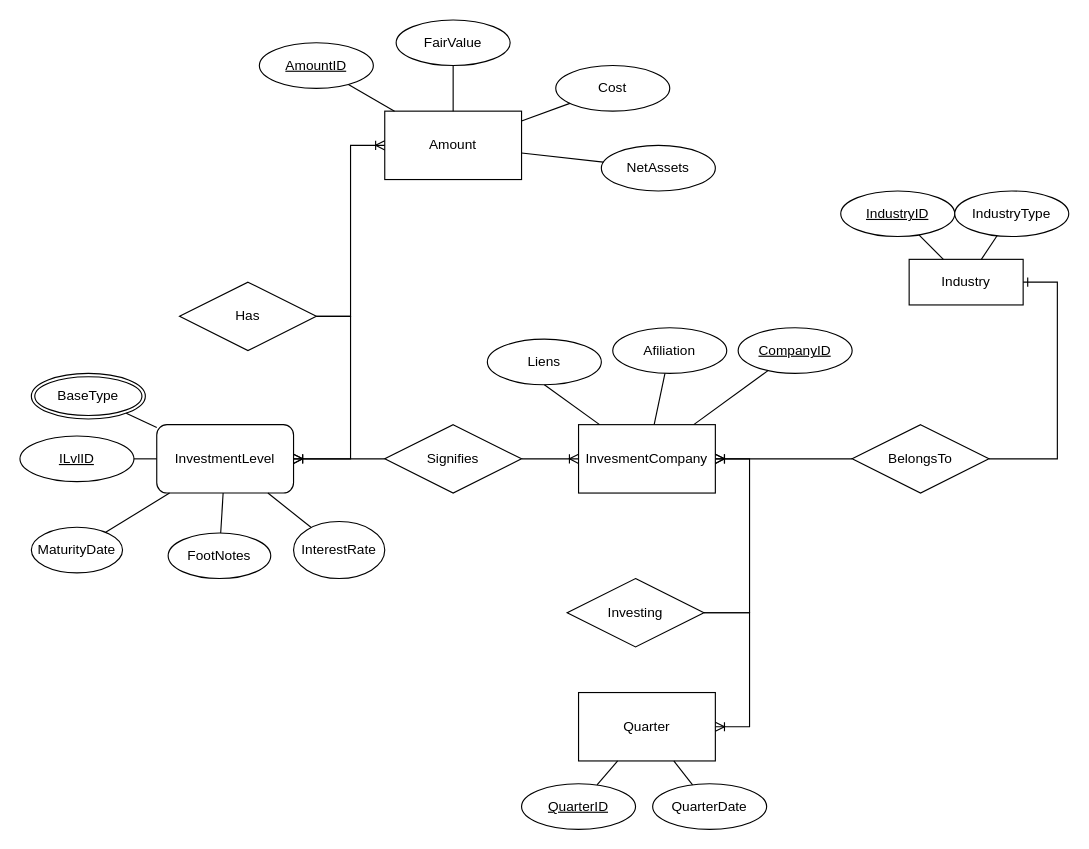
Earlier version of the draw.io diagram ERD/ERD.drawio (fuadh246/SOI-Database). Source tidied: cells renumbered, new cells numbered last; positions are measured from the earlier drawing's top-left corner, leaving out a move shared by most shapes. Both pictures are drawn from the tidied source at 114%, with x=0, y=0 at pixel (19, 19).
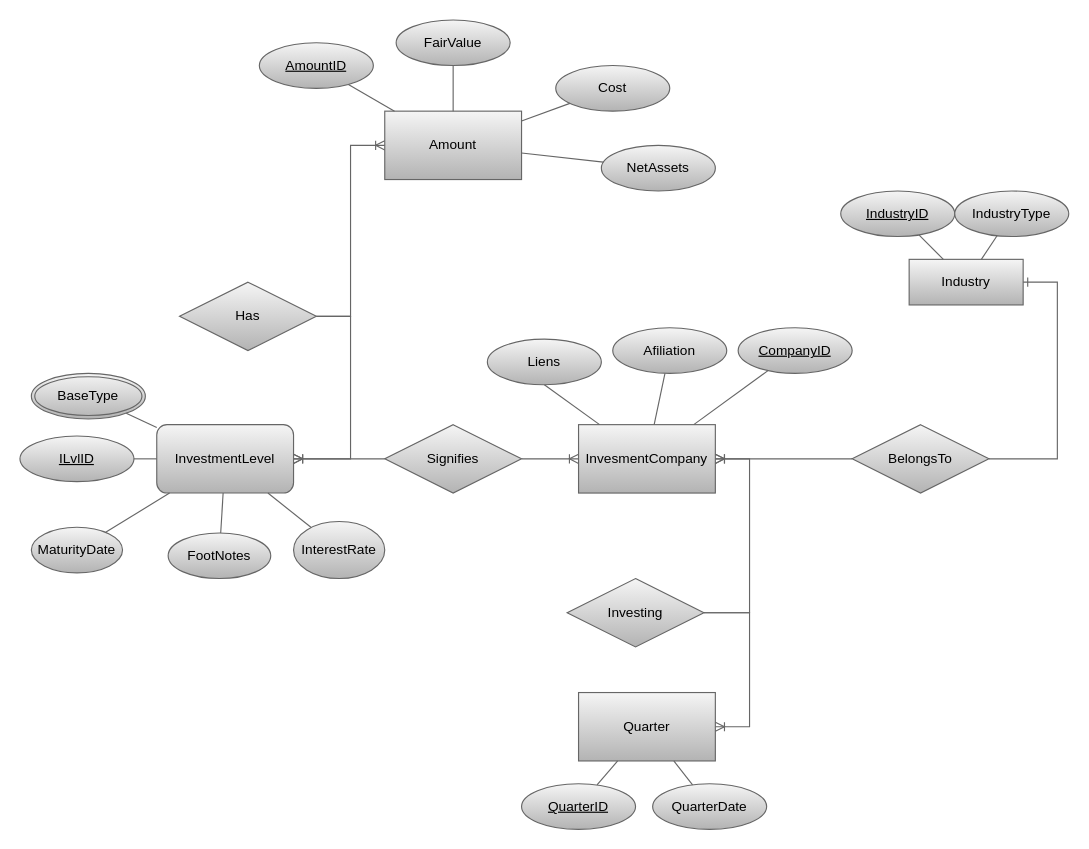
Above is the later version.

Commit message (it also covers changes not shown here):
fixed the tree, and edited the ERD

Change to the diagram source:
```diff
@@
-<mxGraphModel>
+<mxGraphModel background="#ffffff">
@@
-    <mxCell id="2" value="Amount" style="rounded=0;whiteSpace=wrap;html=1;" parent="1" vertex="1">
+    <mxCell id="2" value="Amount" style="rounded=0;whiteSpace=wrap;html=1;strokeColor=#666666;shadow=0;fillColor=#f5f5f5;gradientColor=#b3b3b3;fontColor=#000000;" parent="1" vertex="1">
       <mxGeometry x="320" y="80" width="120" height="60" as="geometry" />
     </mxCell>
-    <mxCell id="3" value="InvesmentCompany" style="rounded=0;whiteSpace=wrap;html=1;" parent="1" vertex="1">
+    <mxCell id="3" value="InvesmentCompany" style="rounded=0;whiteSpace=wrap;html=1;strokeColor=#666666;shadow=0;fillColor=#f5f5f5;gradientColor=#b3b3b3;fontColor=#000000;" parent="1" vertex="1">
       <mxGeometry x="490" y="355" width="120" height="60" as="geometry" />
     </mxCell>
-    <mxCell id="4" value="InvestmentLevel" style="rounded=1;whiteSpace=wrap;html=1;" parent="1" vertex="1">
+    <mxCell id="4" value="InvestmentLevel" style="rounded=1;whiteSpace=wrap;html=1;strokeColor=#666666;shadow=0;fillColor=#f5f5f5;gradientColor=#b3b3b3;fontColor=#000000;" parent="1" vertex="1">
       <mxGeometry x="120" y="355" width="120" height="60" as="geometry" />
     </mxCell>
-    <mxCell id="5" value="&lt;div&gt;Quarter&lt;/div&gt;" style="rounded=0;whiteSpace=wrap;html=1;" parent="1" vertex="1">
+    <mxCell id="5" value="&lt;div&gt;Quarter&lt;/div&gt;" style="rounded=0;whiteSpace=wrap;html=1;strokeColor=#666666;shadow=0;fillColor=#f5f5f5;gradientColor=#b3b3b3;fontColor=#000000;" parent="1" vertex="1">
       <mxGeometry x="490" y="590" width="120" height="60" as="geometry" />
     </mxCell>
-    <mxCell id="6" value="FootNotes" style="ellipse;whiteSpace=wrap;html=1;" parent="1" vertex="1">
+    <mxCell id="6" value="FootNotes" style="ellipse;whiteSpace=wrap;html=1;strokeColor=#666666;shadow=0;fillColor=#f5f5f5;gradientColor=#b3b3b3;fontColor=#000000;" parent="1" vertex="1">
       <mxGeometry x="130" y="450" width="90" height="40" as="geometry" />
     </mxCell>
-    <mxCell id="7" value="MaturityDate" style="ellipse;whiteSpace=wrap;html=1;" parent="1" vertex="1">
+    <mxCell id="7" value="MaturityDate" style="ellipse;whiteSpace=wrap;html=1;strokeColor=#666666;shadow=0;fillColor=#f5f5f5;gradientColor=#b3b3b3;fontColor=#000000;" parent="1" vertex="1">
       <mxGeometry x="10" y="445" width="80" height="40" as="geometry" />
     </mxCell>
-    <mxCell id="8" value="InterestRate" style="ellipse;whiteSpace=wrap;html=1;" parent="1" vertex="1">
+    <mxCell id="8" value="InterestRate" style="ellipse;whiteSpace=wrap;html=1;strokeColor=#666666;shadow=0;fillColor=#f5f5f5;gradientColor=#b3b3b3;fontColor=#000000;" parent="1" vertex="1">
       <mxGeometry x="240" y="440" width="80" height="50" as="geometry" />
     </mxCell>
-    <mxCell id="9" value="BaseType" style="ellipse;shape=doubleEllipse;margin=3;whiteSpace=wrap;html=1;align=center;" parent="1" vertex="1">
+    <mxCell id="9" value="BaseType" style="ellipse;shape=doubleEllipse;margin=3;whiteSpace=wrap;html=1;align=center;strokeColor=#666666;shadow=0;fillColor=#f5f5f5;gradientColor=#b3b3b3;fontColor=#000000;" parent="1" vertex="1">
       <mxGeometry x="10" y="310" width="100" height="40" as="geometry" />
     </mxCell>
-    <mxCell id="10" style="endArrow=none;html=1;rounded=0;" parent="1" edge="1" source="6" target="4">
+    <mxCell id="10" style="endArrow=none;html=1;rounded=0;strokeColor=#666666;shadow=0;fillColor=#f5f5f5;gradientColor=#b3b3b3;fontColor=#000000;" parent="1" edge="1" source="6" target="4">
       <mxGeometry relative="1" as="geometry" />
     </mxCell>
-    <mxCell id="11" style="endArrow=none;html=1;rounded=0;" parent="1" edge="1" source="7" target="4">
+    <mxCell id="11" style="endArrow=none;html=1;rounded=0;strokeColor=#666666;shadow=0;fillColor=#f5f5f5;gradientColor=#b3b3b3;fontColor=#000000;" parent="1" edge="1" source="7" target="4">
       <mxGeometry relative="1" as="geometry" />
     </mxCell>
-    <mxCell id="12" style="endArrow=none;html=1;rounded=0;" parent="1" edge="1" source="8" target="4">
+    <mxCell id="12" style="endArrow=none;html=1;rounded=0;strokeColor=#666666;shadow=0;fillColor=#f5f5f5;gradientColor=#b3b3b3;fontColor=#000000;" parent="1" edge="1" source="8" target="4">
       <mxGeometry relative="1" as="geometry" />
     </mxCell>
-    <mxCell id="13" style="endArrow=none;html=1;rounded=0;" parent="1" edge="1" source="9" target="4">
+    <mxCell id="13" style="endArrow=none;html=1;rounded=0;strokeColor=#666666;shadow=0;fillColor=#f5f5f5;gradientColor=#b3b3b3;fontColor=#000000;" parent="1" edge="1" source="9" target="4">
       <mxGeometry relative="1" as="geometry" />
     </mxCell>
-    <mxCell id="14" value="FairValue" style="ellipse;whiteSpace=wrap;html=1;align=center;" parent="1" vertex="1">
+    <mxCell id="14" value="FairValue" style="ellipse;whiteSpace=wrap;html=1;align=center;strokeColor=#666666;shadow=0;fillColor=#f5f5f5;gradientColor=#b3b3b3;fontColor=#000000;" parent="1" vertex="1">
       <mxGeometry x="330" width="100" height="40" as="geometry" />
     </mxCell>
-    <mxCell id="15" style="endArrow=none;html=1;rounded=0;exitX=0.5;exitY=1;exitDx=0;exitDy=0;" parent="1" edge="1" source="14" target="2">
+    <mxCell id="15" style="endArrow=none;html=1;rounded=0;exitX=0.5;exitY=1;exitDx=0;exitDy=0;strokeColor=#666666;shadow=0;fillColor=#f5f5f5;gradientColor=#b3b3b3;fontColor=#000000;" parent="1" edge="1" source="14" target="2">
       <mxGeometry relative="1" as="geometry" />
     </mxCell>
-    <mxCell id="16" value="Cost" style="ellipse;whiteSpace=wrap;html=1;align=center;" parent="1" vertex="1">
+    <mxCell id="16" value="Cost" style="ellipse;whiteSpace=wrap;html=1;align=center;strokeColor=#666666;shadow=0;fillColor=#f5f5f5;gradientColor=#b3b3b3;fontColor=#000000;" parent="1" vertex="1">
       <mxGeometry x="470" y="40" width="100" height="40" as="geometry" />
     </mxCell>
-    <mxCell id="17" style="endArrow=none;html=1;rounded=0;" parent="1" edge="1" source="16" target="2">
+    <mxCell id="17" style="endArrow=none;html=1;rounded=0;strokeColor=#666666;shadow=0;fillColor=#f5f5f5;gradientColor=#b3b3b3;fontColor=#000000;" parent="1" edge="1" source="16" target="2">
       <mxGeometry relative="1" as="geometry" />
     </mxCell>
-    <mxCell id="18" value="Investing" style="shape=rhombus;perimeter=rhombusPerimeter;whiteSpace=wrap;html=1;align=center;" parent="1" vertex="1">
+    <mxCell id="18" value="Investing" style="shape=rhombus;perimeter=rhombusPerimeter;whiteSpace=wrap;html=1;align=center;strokeColor=#666666;shadow=0;fillColor=#f5f5f5;gradientColor=#b3b3b3;fontColor=#000000;" parent="1" vertex="1">
       <mxGeometry x="480" y="490" width="120" height="60" as="geometry" />
     </mxCell>
-    <mxCell id="19" style="endArrow=none;html=1;rounded=0;" parent="1" edge="1" source="5" target="44">
+    <mxCell id="19" style="endArrow=none;html=1;rounded=0;strokeColor=#666666;shadow=0;fillColor=#f5f5f5;gradientColor=#b3b3b3;fontColor=#000000;" parent="1" edge="1" source="5" target="44">
       <mxGeometry relative="1" as="geometry" />
     </mxCell>
-    <mxCell id="20" value="Liens" style="ellipse;whiteSpace=wrap;html=1;align=center;" parent="1" vertex="1">
+    <mxCell id="20" value="Liens" style="ellipse;whiteSpace=wrap;html=1;align=center;strokeColor=#666666;shadow=0;fillColor=#f5f5f5;gradientColor=#b3b3b3;fontColor=#000000;" parent="1" vertex="1">
       <mxGeometry x="410" y="280" width="100" height="40" as="geometry" />
     </mxCell>
-    <mxCell id="21" style="endArrow=none;html=1;rounded=0;exitX=0.5;exitY=1;exitDx=0;exitDy=0;" parent="1" edge="1" source="20" target="3">
+    <mxCell id="21" style="endArrow=none;html=1;rounded=0;exitX=0.5;exitY=1;exitDx=0;exitDy=0;strokeColor=#666666;shadow=0;fillColor=#f5f5f5;gradientColor=#b3b3b3;fontColor=#000000;" parent="1" edge="1" source="20" target="3">
       <mxGeometry relative="1" as="geometry" />
     </mxCell>
-    <mxCell id="22" value="Afiliation" style="ellipse;whiteSpace=wrap;html=1;align=center;" parent="1" vertex="1">
+    <mxCell id="22" value="Afiliation" style="ellipse;whiteSpace=wrap;html=1;align=center;strokeColor=#666666;shadow=0;fillColor=#f5f5f5;gradientColor=#b3b3b3;fontColor=#000000;" parent="1" vertex="1">
       <mxGeometry x="520" y="270" width="100" height="40" as="geometry" />
     </mxCell>
-    <mxCell id="23" style="endArrow=none;html=1;rounded=0;" parent="1" edge="1" source="3" target="22">
+    <mxCell id="23" style="endArrow=none;html=1;rounded=0;strokeColor=#666666;shadow=0;fillColor=#f5f5f5;gradientColor=#b3b3b3;fontColor=#000000;" parent="1" edge="1" source="3" target="22">
       <mxGeometry relative="1" as="geometry" />
     </mxCell>
-    <mxCell id="24" value="Industry" style="whiteSpace=wrap;html=1;align=center;" parent="1" vertex="1">
+    <mxCell id="24" value="Industry" style="whiteSpace=wrap;html=1;align=center;strokeColor=#666666;shadow=0;fillColor=#f5f5f5;gradientColor=#b3b3b3;fontColor=#000000;" parent="1" vertex="1">
       <mxGeometry x="780" y="210" width="100" height="40" as="geometry" />
     </mxCell>
-    <mxCell id="25" value="BelongsTo" style="shape=rhombus;perimeter=rhombusPerimeter;whiteSpace=wrap;html=1;align=center;" parent="1" vertex="1">
+    <mxCell id="25" value="BelongsTo" style="shape=rhombus;perimeter=rhombusPerimeter;whiteSpace=wrap;html=1;align=center;strokeColor=#666666;shadow=0;fillColor=#f5f5f5;gradientColor=#b3b3b3;fontColor=#000000;" parent="1" vertex="1">
       <mxGeometry x="730" y="355" width="120" height="60" as="geometry" />
     </mxCell>
-    <mxCell id="26" value="Signifies" style="shape=rhombus;perimeter=rhombusPerimeter;whiteSpace=wrap;html=1;align=center;" parent="1" vertex="1">
+    <mxCell id="26" value="Signifies" style="shape=rhombus;perimeter=rhombusPerimeter;whiteSpace=wrap;html=1;align=center;strokeColor=#666666;shadow=0;fillColor=#f5f5f5;gradientColor=#b3b3b3;fontColor=#000000;" parent="1" vertex="1">
       <mxGeometry x="320" y="355" width="120" height="60" as="geometry" />
     </mxCell>
-    <mxCell id="27" value="&lt;u&gt;ILvlID&lt;/u&gt;" style="ellipse;whiteSpace=wrap;html=1;align=center;" parent="1" vertex="1">
+    <mxCell id="27" value="&lt;u&gt;ILvlID&lt;/u&gt;" style="ellipse;whiteSpace=wrap;html=1;align=center;strokeColor=#666666;shadow=0;fillColor=#f5f5f5;gradientColor=#b3b3b3;fontColor=#000000;" parent="1" vertex="1">
       <mxGeometry y="365" width="100" height="40" as="geometry" />
     </mxCell>
-    <mxCell id="28" style="endArrow=none;html=1;rounded=0;" parent="1" edge="1" source="27" target="4">
+    <mxCell id="28" style="endArrow=none;html=1;rounded=0;strokeColor=#666666;shadow=0;fillColor=#f5f5f5;gradientColor=#b3b3b3;fontColor=#000000;" parent="1" edge="1" source="27" target="4">
       <mxGeometry relative="1" as="geometry" />
     </mxCell>
-    <mxCell id="29" value="Has" style="shape=rhombus;perimeter=rhombusPerimeter;whiteSpace=wrap;html=1;align=center;" parent="1" vertex="1">
+    <mxCell id="29" value="Has" style="shape=rhombus;perimeter=rhombusPerimeter;whiteSpace=wrap;html=1;align=center;strokeColor=#666666;shadow=0;fillColor=#f5f5f5;gradientColor=#b3b3b3;fontColor=#000000;" parent="1" vertex="1">
       <mxGeometry x="140" y="230" width="120" height="60" as="geometry" />
     </mxCell>
-    <mxCell id="30" style="edgeStyle=entityRelationEdgeStyle;fontSize=12;html=1;endArrow=ERoneToMany;rounded=0;" parent="1" edge="1" source="18" target="5">
+    <mxCell id="30" style="edgeStyle=entityRelationEdgeStyle;fontSize=12;html=1;endArrow=ERoneToMany;rounded=0;strokeColor=#666666;shadow=0;fillColor=#f5f5f5;gradientColor=#b3b3b3;fontColor=#000000;" parent="1" edge="1" source="18" target="5">
       <mxGeometry relative="1" as="geometry" />
     </mxCell>
-    <mxCell id="31" style="edgeStyle=entityRelationEdgeStyle;fontSize=12;html=1;endArrow=ERoneToMany;rounded=0;" parent="1" edge="1" source="18" target="3">
+    <mxCell id="31" style="edgeStyle=entityRelationEdgeStyle;fontSize=12;html=1;endArrow=ERoneToMany;rounded=0;strokeColor=#666666;shadow=0;fillColor=#f5f5f5;gradientColor=#b3b3b3;fontColor=#000000;" parent="1" edge="1" source="18" target="3">
       <mxGeometry relative="1" as="geometry" />
     </mxCell>
-    <mxCell id="32" style="edgeStyle=entityRelationEdgeStyle;fontSize=12;html=1;endArrow=ERone;endFill=1;rounded=0;" parent="1" edge="1" source="25" target="24">
+    <mxCell id="32" style="edgeStyle=entityRelationEdgeStyle;fontSize=12;html=1;endArrow=ERone;endFill=1;rounded=0;strokeColor=#666666;shadow=0;fillColor=#f5f5f5;gradientColor=#b3b3b3;fontColor=#000000;" parent="1" edge="1" source="25" target="24">
       <mxGeometry relative="1" as="geometry" />
     </mxCell>
-    <mxCell id="33" style="edgeStyle=entityRelationEdgeStyle;fontSize=12;html=1;endArrow=ERoneToMany;rounded=0;" parent="1" edge="1" source="25" target="3">
+    <mxCell id="33" style="edgeStyle=entityRelationEdgeStyle;fontSize=12;html=1;endArrow=ERoneToMany;rounded=0;strokeColor=#666666;shadow=0;fillColor=#f5f5f5;gradientColor=#b3b3b3;fontColor=#000000;" parent="1" edge="1" source="25" target="3">
       <mxGeometry relative="1" as="geometry" />
     </mxCell>
-    <mxCell id="34" style="edgeStyle=entityRelationEdgeStyle;fontSize=12;html=1;endArrow=ERoneToMany;rounded=0;" parent="1" edge="1" source="26" target="3">
+    <mxCell id="34" style="edgeStyle=entityRelationEdgeStyle;fontSize=12;html=1;endArrow=ERoneToMany;rounded=0;strokeColor=#666666;shadow=0;fillColor=#f5f5f5;gradientColor=#b3b3b3;fontColor=#000000;" parent="1" edge="1" source="26" target="3">
       <mxGeometry relative="1" as="geometry" />
     </mxCell>
-    <mxCell id="35" style="edgeStyle=entityRelationEdgeStyle;fontSize=12;html=1;endArrow=ERoneToMany;rounded=0;" parent="1" edge="1" source="26" target="4">
+    <mxCell id="35" style="edgeStyle=entityRelationEdgeStyle;fontSize=12;html=1;endArrow=ERoneToMany;rounded=0;strokeColor=#666666;shadow=0;fillColor=#f5f5f5;gradientColor=#b3b3b3;fontColor=#000000;" parent="1" edge="1" source="26" target="4">
       <mxGeometry relative="1" as="geometry" />
     </mxCell>
-    <mxCell id="36" value="&lt;u&gt;IndustryID&lt;/u&gt;" style="ellipse;whiteSpace=wrap;html=1;align=center;" parent="1" vertex="1">
+    <mxCell id="36" value="&lt;u&gt;IndustryID&lt;/u&gt;" style="ellipse;whiteSpace=wrap;html=1;align=center;strokeColor=#666666;shadow=0;fillColor=#f5f5f5;gradientColor=#b3b3b3;fontColor=#000000;" parent="1" vertex="1">
       <mxGeometry x="720" y="150" width="100" height="40" as="geometry" />
     </mxCell>
-    <mxCell id="37" value="IndustryType" style="ellipse;whiteSpace=wrap;html=1;align=center;" parent="1" vertex="1">
+    <mxCell id="37" value="IndustryType" style="ellipse;whiteSpace=wrap;html=1;align=center;strokeColor=#666666;shadow=0;fillColor=#f5f5f5;gradientColor=#b3b3b3;fontColor=#000000;" parent="1" vertex="1">
       <mxGeometry x="820" y="150" width="100" height="40" as="geometry" />
     </mxCell>
-    <mxCell id="38" style="endArrow=none;html=1;rounded=0;" parent="1" edge="1" source="36" target="24">
+    <mxCell id="38" style="endArrow=none;html=1;rounded=0;strokeColor=#666666;shadow=0;fillColor=#f5f5f5;gradientColor=#b3b3b3;fontColor=#000000;" parent="1" edge="1" source="36" target="24">
       <mxGeometry relative="1" as="geometry" />
     </mxCell>
-    <mxCell id="39" style="endArrow=none;html=1;rounded=0;" parent="1" edge="1" source="24" target="37">
+    <mxCell id="39" style="endArrow=none;html=1;rounded=0;strokeColor=#666666;shadow=0;fillColor=#f5f5f5;gradientColor=#b3b3b3;fontColor=#000000;" parent="1" edge="1" source="24" target="37">
       <mxGeometry relative="1" as="geometry" />
     </mxCell>
-    <mxCell id="40" style="edgeStyle=entityRelationEdgeStyle;fontSize=12;html=1;endArrow=ERoneToMany;rounded=0;" parent="1" edge="1" source="29" target="4">
+    <mxCell id="40" style="edgeStyle=entityRelationEdgeStyle;fontSize=12;html=1;endArrow=ERoneToMany;rounded=0;strokeColor=#666666;shadow=0;fillColor=#f5f5f5;gradientColor=#b3b3b3;fontColor=#000000;" parent="1" edge="1" source="29" target="4">
       <mxGeometry relative="1" as="geometry" />
     </mxCell>
-    <mxCell id="41" style="edgeStyle=entityRelationEdgeStyle;fontSize=12;html=1;endArrow=ERoneToMany;rounded=0;" parent="1" edge="1" source="29" target="2">
+    <mxCell id="41" style="edgeStyle=entityRelationEdgeStyle;fontSize=12;html=1;endArrow=ERoneToMany;rounded=0;strokeColor=#666666;shadow=0;fillColor=#f5f5f5;gradientColor=#b3b3b3;fontColor=#000000;" parent="1" edge="1" source="29" target="2">
       <mxGeometry relative="1" as="geometry" />
     </mxCell>
-    <mxCell id="42" value="QuarterDate" style="ellipse;whiteSpace=wrap;html=1;align=center;" parent="1" vertex="1">
+    <mxCell id="42" value="QuarterDate" style="ellipse;whiteSpace=wrap;html=1;align=center;strokeColor=#666666;shadow=0;fillColor=#f5f5f5;gradientColor=#b3b3b3;fontColor=#000000;" parent="1" vertex="1">
       <mxGeometry x="555" y="670" width="100" height="40" as="geometry" />
     </mxCell>
-    <mxCell id="43" style="endArrow=none;html=1;rounded=0;" parent="1" edge="1" source="5" target="42">
+    <mxCell id="43" style="endArrow=none;html=1;rounded=0;strokeColor=#666666;shadow=0;fillColor=#f5f5f5;gradientColor=#b3b3b3;fontColor=#000000;" parent="1" edge="1" source="5" target="42">
       <mxGeometry relative="1" as="geometry" />
     </mxCell>
-    <mxCell id="44" value="QuarterID" style="ellipse;whiteSpace=wrap;html=1;align=center;fontStyle=4;" parent="1" vertex="1">
+    <mxCell id="44" value="QuarterID" style="ellipse;whiteSpace=wrap;html=1;align=center;fontStyle=4;strokeColor=#666666;shadow=0;fillColor=#f5f5f5;gradientColor=#b3b3b3;fontColor=#000000;" parent="1" vertex="1">
       <mxGeometry x="440" y="670" width="100" height="40" as="geometry" />
     </mxCell>
-    <mxCell id="45" value="AmountID" style="ellipse;whiteSpace=wrap;html=1;align=center;fontStyle=4;" parent="1" vertex="1">
+    <mxCell id="45" value="AmountID" style="ellipse;whiteSpace=wrap;html=1;align=center;fontStyle=4;strokeColor=#666666;shadow=0;fillColor=#f5f5f5;gradientColor=#b3b3b3;fontColor=#000000;" parent="1" vertex="1">
       <mxGeometry x="210" y="20" width="100" height="40" as="geometry" />
     </mxCell>
-    <mxCell id="46" style="endArrow=none;html=1;rounded=0;" parent="1" edge="1" source="45" target="2">
+    <mxCell id="46" style="endArrow=none;html=1;rounded=0;strokeColor=#666666;shadow=0;fillColor=#f5f5f5;gradientColor=#b3b3b3;fontColor=#000000;" parent="1" edge="1" source="45" target="2">
       <mxGeometry relative="1" as="geometry" />
     </mxCell>
-    <mxCell id="47" value="CompanyID" style="ellipse;whiteSpace=wrap;html=1;align=center;fontStyle=4;" parent="1" vertex="1">
+    <mxCell id="47" value="CompanyID" style="ellipse;whiteSpace=wrap;html=1;align=center;fontStyle=4;strokeColor=#666666;shadow=0;fillColor=#f5f5f5;gradientColor=#b3b3b3;fontColor=#000000;" parent="1" vertex="1">
       <mxGeometry x="630" y="270" width="100" height="40" as="geometry" />
     </mxCell>
-    <mxCell id="48" style="endArrow=none;html=1;rounded=0;" parent="1" edge="1" source="47" target="3">
+    <mxCell id="48" style="endArrow=none;html=1;rounded=0;strokeColor=#666666;shadow=0;fillColor=#f5f5f5;gradientColor=#b3b3b3;fontColor=#000000;" parent="1" edge="1" source="47" target="3">
       <mxGeometry relative="1" as="geometry" />
     </mxCell>
-    <mxCell id="49" value="NetAssets" style="ellipse;whiteSpace=wrap;html=1;align=center;" parent="1" vertex="1">
+    <mxCell id="49" value="NetAssets" style="ellipse;whiteSpace=wrap;html=1;align=center;strokeColor=#666666;shadow=0;fillColor=#f5f5f5;gradientColor=#b3b3b3;fontColor=#000000;" parent="1" vertex="1">
       <mxGeometry x="510" y="110" width="100" height="40" as="geometry" />
     </mxCell>
-    <mxCell id="50" style="endArrow=none;html=1;rounded=0;" parent="1" edge="1" source="49" target="2">
+    <mxCell id="50" style="endArrow=none;html=1;rounded=0;strokeColor=#666666;shadow=0;fillColor=#f5f5f5;gradientColor=#b3b3b3;fontColor=#000000;" parent="1" edge="1" source="49" target="2">
       <mxGeometry relative="1" as="geometry" />
     </mxCell>
```
